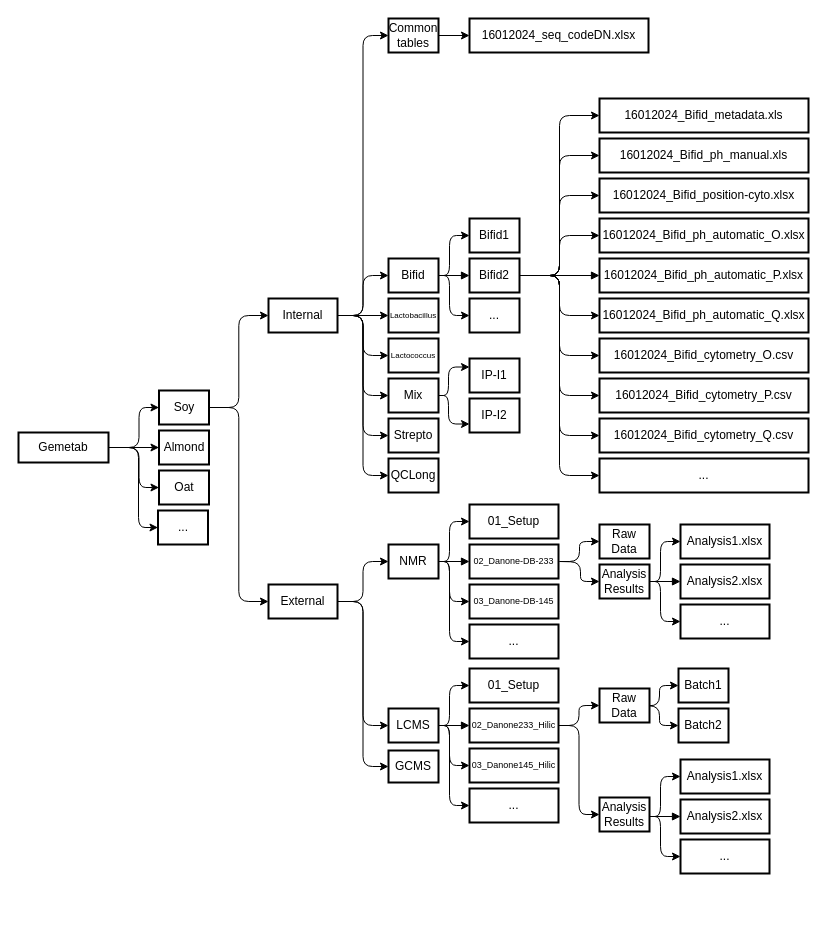
Yoseko/first_streamlit_app keeps this draw.io diagram as Diagramme sans nom.drawio. Above is the earlier version. Source tidied: cells renumbered, new cells numbered last; positions are measured from the earlier drawing's top-left corner, leaving out a move shared by most shapes. Both pictures are drawn from the tidied source at 100%, with x=0, y=0 at pixel (18, 18).
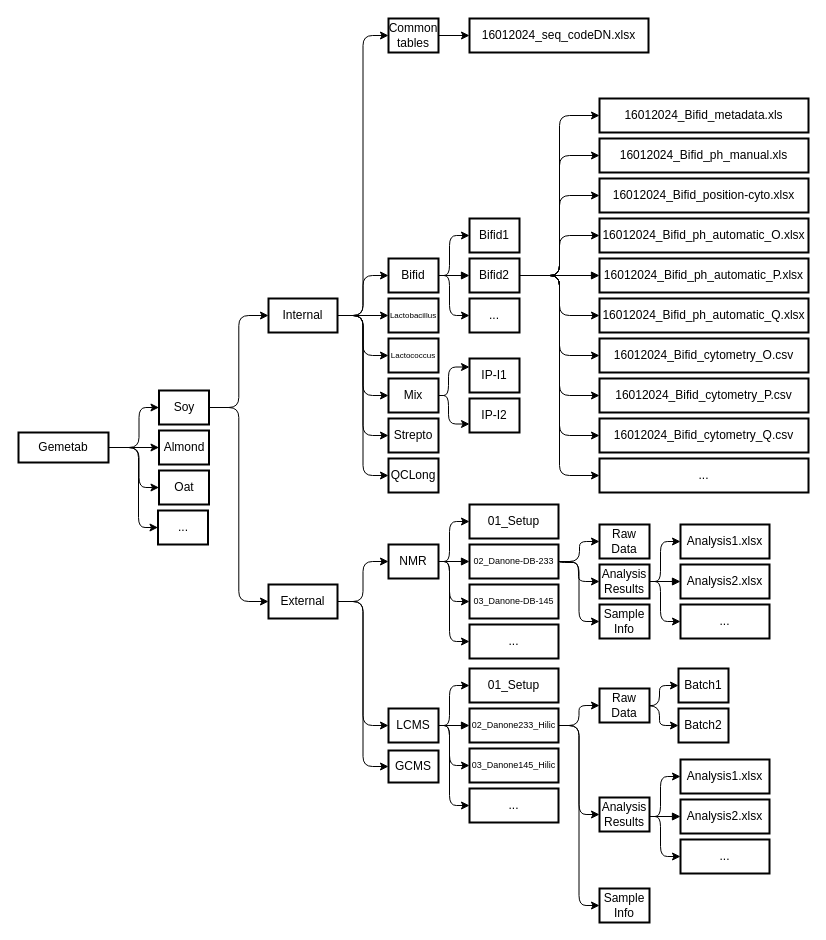
The same diagram, later.

The change refers to these unchanged cells:
```xml
<mxCell id="35" value="02_Danone-DB-233" style="whiteSpace=wrap;strokeWidth=2;fontSize=9;" parent="1" vertex="1">
  <mxGeometry x="451" y="526" width="89" height="34" as="geometry" />
</mxCell>
<mxCell id="39" value="Analysis Results" style="whiteSpace=wrap;strokeWidth=2;" parent="1" vertex="1">
  <mxGeometry x="581" y="546" width="50" height="34" as="geometry" />
</mxCell>
<mxCell id="91" value="02_Danone233_Hilic" style="whiteSpace=wrap;strokeWidth=2;fontSize=9;" parent="1" vertex="1">
  <mxGeometry x="451" y="690" width="89" height="34" as="geometry" />
</mxCell>
```

The edit, as a diff of the source:
```diff
@@
     <mxCell id="34" style="edgeStyle=orthogonalEdgeStyle;rounded=1;jettySize=auto;html=1;curved=0;entryX=0;entryY=0.5;entryDx=0;entryDy=0;" parent="1" edge="1" target="39">
       <mxGeometry relative="1" as="geometry">
         <mxPoint x="541" y="543" as="sourcePoint" />
+        <Array as="points">
+          <mxPoint x="541" y="544" />
+          <mxPoint x="560" y="544" />
+          <mxPoint x="560" y="563" />
+        </Array>
       </mxGeometry>
     </mxCell>
+    <mxCell id="108" style="edgeStyle=orthogonalEdgeStyle;rounded=1;jettySize=auto;html=1;exitX=1;exitY=0.5;exitDx=0;exitDy=0;entryX=0;entryY=0.5;entryDx=0;entryDy=0;curved=0;" parent="1" edge="1" source="35" target="110">
+      <mxGeometry relative="1" as="geometry" />
+    </mxCell>
@@
+    <mxCell id="109" style="edgeStyle=orthogonalEdgeStyle;rounded=1;jettySize=auto;html=1;exitX=1;exitY=0.5;exitDx=0;exitDy=0;entryX=0;entryY=0.5;entryDx=0;entryDy=0;curved=0;" parent="1" edge="1" source="91" target="111">
+      <mxGeometry relative="1" as="geometry" />
+    </mxCell>
@@
+    <mxCell id="110" value="Sample Info" style="whiteSpace=wrap;strokeWidth=2;" parent="1" vertex="1">
+      <mxGeometry x="581" y="586" width="50" height="34" as="geometry" />
+    </mxCell>
+    <mxCell id="111" value="Sample Info" style="whiteSpace=wrap;strokeWidth=2;" parent="1" vertex="1">
+      <mxGeometry x="581" y="870" width="50" height="34" as="geometry" />
+    </mxCell>
```
